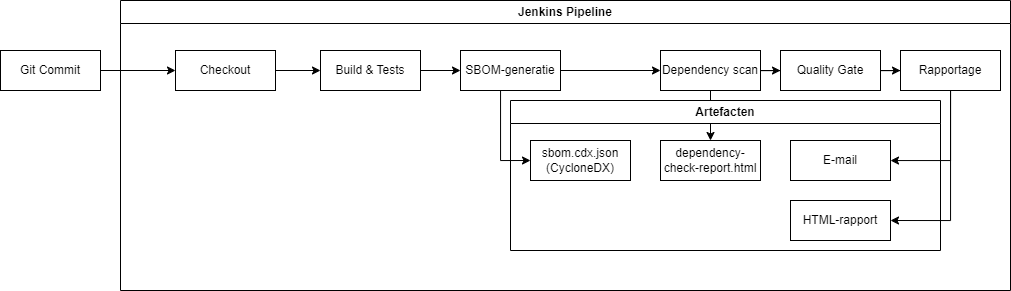
This is graphics/pipeline-structuur.png from EngelsIlan/latex-hogent-bachproef, a draw.io export, as it was before one commit. Source tidied: cells renumbered, new cells last; positions are measured from the earlier drawing's top-left corner, leaving out a move shared by most shapes.
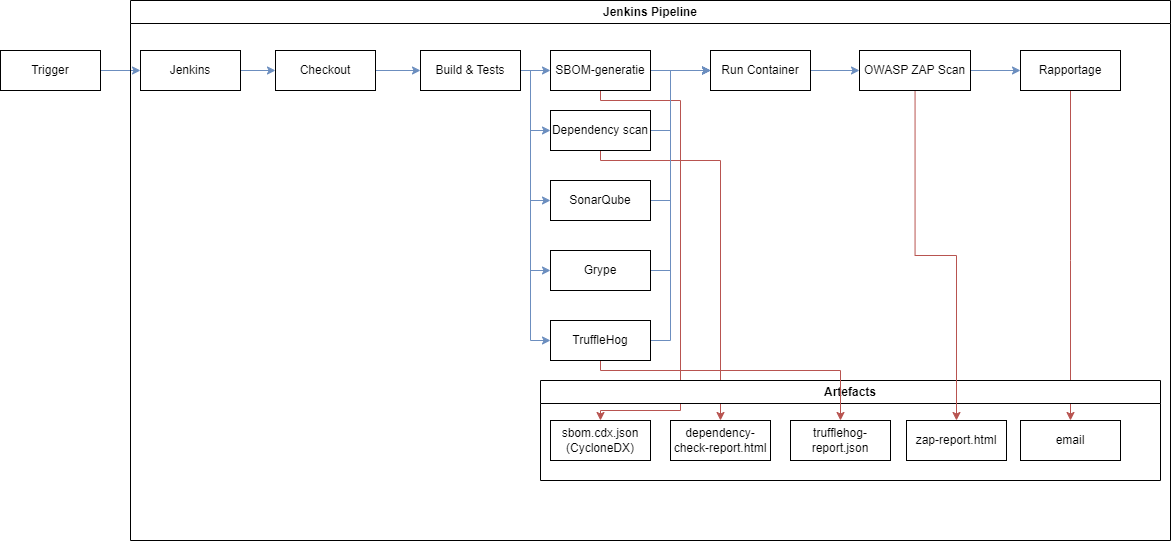
After the change.

The edit, as a diff of the source:
```diff
@@ -2,91 +2,184 @@
   <root>
     <mxCell id="0" />
     <mxCell id="1" parent="0" />
-    <mxCell id="2" style="edgeStyle=orthogonalEdgeStyle;rounded=0;jettySize=auto;html=1;entryX=0;entryY=0.5;entryDx=0;entryDy=0;" parent="1" edge="1" source="3" target="7">
-      <mxGeometry relative="1" as="geometry">
-        <Array as="points">
-          <mxPoint x="60" y="70" />
-          <mxPoint x="60" y="70" />
-        </Array>
-      </mxGeometry>
-    </mxCell>
+    <mxCell id="25" style="edgeStyle=orthogonalEdgeStyle;rounded=0;jettySize=auto;html=1;fillColor=#dae8fc;strokeColor=#6c8ebf;" parent="1" edge="1" source="3" target="27">
+      <mxGeometry relative="1" as="geometry" />
+    </mxCell>
-    <mxCell id="3" value="Git Commit" style="whiteSpace=wrap;html=1;align=center;" parent="1" vertex="1">
-      <mxGeometry y="50" width="100" height="40" as="geometry" />
+    <mxCell id="3" value="Trigger" style="whiteSpace=wrap;html=1;align=center;" parent="1" vertex="1">
+      <mxGeometry x="180" y="80" width="100" height="40" as="geometry" />
     </mxCell>
+    <mxCell id="26" style="edgeStyle=orthogonalEdgeStyle;rounded=0;jettySize=auto;html=1;fillColor=#dae8fc;strokeColor=#6c8ebf;" parent="1" edge="1" source="27" target="7">
+      <mxGeometry relative="1" as="geometry" />
+    </mxCell>
+    <mxCell id="27" value="Jenkins" style="whiteSpace=wrap;html=1;align=center;" parent="1" vertex="1">
+      <mxGeometry x="320" y="80" width="100" height="40" as="geometry" />
+    </mxCell>
+    <mxCell id="24" style="edgeStyle=orthogonalEdgeStyle;rounded=0;jettySize=auto;html=1;entryX=0.5;entryY=0;entryDx=0;entryDy=0;fillColor=#f8cecc;strokeColor=#b85450;" parent="1" edge="1" source="22" target="18">
+      <mxGeometry relative="1" as="geometry">
+        <Array as="points">
+          <mxPoint x="780" y="130" />
+          <mxPoint x="860" y="130" />
+          <mxPoint x="860" y="440" />
+          <mxPoint x="780" y="440" />
+        </Array>
+      </mxGeometry>
+    </mxCell>
+    <mxCell id="28" style="edgeStyle=orthogonalEdgeStyle;rounded=0;jettySize=auto;html=1;fillColor=#dae8fc;strokeColor=#6c8ebf;" parent="1" edge="1" source="22" target="43">
+      <mxGeometry relative="1" as="geometry" />
+    </mxCell>
+    <mxCell id="22" value="SBOM-generatie" style="whiteSpace=wrap;html=1;align=center;" parent="1" vertex="1">
+      <mxGeometry x="730" y="80" width="100" height="40" as="geometry" />
+    </mxCell>
-    <mxCell id="4" style="edgeStyle=orthogonalEdgeStyle;rounded=0;jettySize=auto;html=1;" parent="1" edge="1" source="5" target="22">
+    <mxCell id="4" style="edgeStyle=orthogonalEdgeStyle;rounded=0;jettySize=auto;html=1;fillColor=#dae8fc;strokeColor=#6c8ebf;" parent="1" edge="1" source="5" target="22">
       <mxGeometry relative="1" as="geometry" />
     </mxCell>
+    <mxCell id="29" style="edgeStyle=orthogonalEdgeStyle;rounded=0;jettySize=auto;html=1;fillColor=#dae8fc;strokeColor=#6c8ebf;" parent="1" edge="1" source="5" target="11">
+      <mxGeometry relative="1" as="geometry">
+        <Array as="points">
+          <mxPoint x="710" y="100" />
+          <mxPoint x="710" y="160" />
+        </Array>
+      </mxGeometry>
+    </mxCell>
+    <mxCell id="30" style="edgeStyle=orthogonalEdgeStyle;rounded=0;jettySize=auto;html=1;fillColor=#dae8fc;strokeColor=#6c8ebf;" parent="1" edge="1" source="5" target="13">
+      <mxGeometry relative="1" as="geometry">
+        <Array as="points">
+          <mxPoint x="710" y="100" />
+          <mxPoint x="710" y="230" />
+        </Array>
+      </mxGeometry>
+    </mxCell>
+    <mxCell id="31" style="edgeStyle=orthogonalEdgeStyle;rounded=0;jettySize=auto;html=1;fillColor=#dae8fc;strokeColor=#6c8ebf;" parent="1" edge="1" source="5" target="38">
+      <mxGeometry relative="1" as="geometry">
+        <Array as="points">
+          <mxPoint x="710" y="100" />
+          <mxPoint x="710" y="300" />
+        </Array>
+      </mxGeometry>
+    </mxCell>
+    <mxCell id="32" style="edgeStyle=orthogonalEdgeStyle;rounded=0;jettySize=auto;html=1;fillColor=#dae8fc;strokeColor=#6c8ebf;" parent="1" edge="1" source="5" target="41">
+      <mxGeometry relative="1" as="geometry">
+        <Array as="points">
+          <mxPoint x="710" y="100" />
+          <mxPoint x="710" y="370" />
+        </Array>
+      </mxGeometry>
+    </mxCell>
     <mxCell id="5" value="Build &amp;amp; Tests" style="whiteSpace=wrap;html=1;align=center;" parent="1" vertex="1">
-      <mxGeometry x="320" y="50" width="100" height="40" as="geometry" />
+      <mxGeometry x="600" y="80" width="100" height="40" as="geometry" />
     </mxCell>
-    <mxCell id="6" style="edgeStyle=orthogonalEdgeStyle;rounded=0;jettySize=auto;html=1;" parent="1" edge="1" source="7" target="5">
+    <mxCell id="6" style="edgeStyle=orthogonalEdgeStyle;rounded=0;jettySize=auto;html=1;fillColor=#dae8fc;strokeColor=#6c8ebf;" parent="1" edge="1" source="7" target="5">
       <mxGeometry relative="1" as="geometry" />
     </mxCell>
     <mxCell id="7" value="Checkout" style="whiteSpace=wrap;html=1;align=center;" parent="1" vertex="1">
-      <mxGeometry x="175" y="50" width="100" height="40" as="geometry" />
+      <mxGeometry x="455" y="80" width="100" height="40" as="geometry" />
     </mxCell>
     <mxCell id="8" value="Jenkins Pipeline" style="swimlane;whiteSpace=wrap;html=1;" parent="1" vertex="1">
-      <mxGeometry x="120" width="890" height="290" as="geometry" />
+      <mxGeometry x="310" y="30" width="1040" height="540" as="geometry" />
     </mxCell>
-    <mxCell id="9" style="edgeStyle=orthogonalEdgeStyle;rounded=0;jettySize=auto;html=1;" parent="8" edge="1" source="11" target="13">
-      <mxGeometry relative="1" as="geometry" />
-    </mxCell>
-    <mxCell id="10" style="edgeStyle=orthogonalEdgeStyle;rounded=0;jettySize=auto;html=1;" parent="8" edge="1" source="11" target="19">
-      <mxGeometry relative="1" as="geometry" />
+    <mxCell id="10" style="edgeStyle=orthogonalEdgeStyle;rounded=0;jettySize=auto;html=1;fillColor=#f8cecc;strokeColor=#b85450;" parent="8" edge="1" source="11" target="19">
+      <mxGeometry relative="1" as="geometry">
+        <Array as="points">
+          <mxPoint x="470" y="160" />
+          <mxPoint x="590" y="160" />
+        </Array>
+      </mxGeometry>
     </mxCell>
+    <mxCell id="33" style="edgeStyle=orthogonalEdgeStyle;rounded=0;jettySize=auto;html=1;fillColor=#dae8fc;strokeColor=#6c8ebf;" parent="8" edge="1" source="11" target="43">
+      <mxGeometry relative="1" as="geometry">
+        <Array as="points">
+          <mxPoint x="540" y="130" />
+          <mxPoint x="540" y="70" />
+        </Array>
+      </mxGeometry>
+    </mxCell>
     <mxCell id="11" value="Dependency scan" style="whiteSpace=wrap;html=1;align=center;" parent="8" vertex="1">
-      <mxGeometry x="540" y="50" width="100" height="40" as="geometry" />
+      <mxGeometry x="420" y="110" width="100" height="40" as="geometry" />
     </mxCell>
-    <mxCell id="12" style="edgeStyle=orthogonalEdgeStyle;rounded=0;jettySize=auto;html=1;" parent="8" edge="1" source="13" target="16">
-      <mxGeometry relative="1" as="geometry" />
-    </mxCell>
+    <mxCell id="34" style="edgeStyle=orthogonalEdgeStyle;rounded=0;jettySize=auto;html=1;fillColor=#dae8fc;strokeColor=#6c8ebf;" parent="8" edge="1" source="13" target="43">
+      <mxGeometry relative="1" as="geometry">
+        <Array as="points">
+          <mxPoint x="540" y="200" />
+          <mxPoint x="540" y="70" />
+        </Array>
+      </mxGeometry>
+    </mxCell>
-    <mxCell id="13" value="Quality Gate" style="whiteSpace=wrap;html=1;align=center;" parent="8" vertex="1">
-      <mxGeometry x="660" y="50" width="100" height="40" as="geometry" />
+    <mxCell id="13" value="SonarQube" style="whiteSpace=wrap;html=1;align=center;" parent="8" vertex="1">
+      <mxGeometry x="420" y="180" width="100" height="40" as="geometry" />
     </mxCell>
-    <mxCell id="14" style="edgeStyle=orthogonalEdgeStyle;rounded=0;jettySize=auto;html=1;" parent="8" edge="1" source="16" target="20">
+    <mxCell id="14" style="edgeStyle=orthogonalEdgeStyle;rounded=0;jettySize=auto;html=1;fillColor=#f8cecc;strokeColor=#b85450;" parent="8" edge="1" source="16" target="20">
       <mxGeometry relative="1" as="geometry">
         <Array as="points">
-          <mxPoint x="830" y="160" />
+          <mxPoint x="940" y="260" />
+          <mxPoint x="940" y="260" />
         </Array>
       </mxGeometry>
     </mxCell>
-    <mxCell id="15" style="edgeStyle=orthogonalEdgeStyle;rounded=0;jettySize=auto;html=1;entryX=1;entryY=0.5;entryDx=0;entryDy=0;" parent="8" edge="1" source="16" target="21">
-      <mxGeometry relative="1" as="geometry">
-        <Array as="points">
-          <mxPoint x="830" y="220" />
-        </Array>
-      </mxGeometry>
-    </mxCell>
     <mxCell id="16" value="Rapportage" style="whiteSpace=wrap;html=1;align=center;" parent="8" vertex="1">
-      <mxGeometry x="780" y="50" width="100" height="40" as="geometry" />
+      <mxGeometry x="890" y="50" width="100" height="40" as="geometry" />
     </mxCell>
-    <mxCell id="17" value="Artefacten" style="swimlane;whiteSpace=wrap;html=1;" parent="8" vertex="1">
-      <mxGeometry x="390" y="100" width="430" height="150" as="geometry" />
+    <mxCell id="17" value="Artefacts" style="swimlane;whiteSpace=wrap;html=1;" parent="8" vertex="1">
+      <mxGeometry x="410" y="380" width="620" height="100" as="geometry" />
     </mxCell>
     <mxCell id="18" value="sbom.cdx.json (CycloneDX)" style="whiteSpace=wrap;html=1;align=center;" parent="17" vertex="1">
-      <mxGeometry x="20" y="40" width="100" height="40" as="geometry" />
+      <mxGeometry x="10" y="40" width="100" height="40" as="geometry" />
     </mxCell>
     <mxCell id="19" value="dependency-check-report.html" style="whiteSpace=wrap;html=1;align=center;" parent="17" vertex="1">
-      <mxGeometry x="150" y="40" width="100" height="40" as="geometry" />
+      <mxGeometry x="130" y="40" width="100" height="40" as="geometry" />
     </mxCell>
-    <mxCell id="20" value="E-mail" style="whiteSpace=wrap;html=1;align=center;" parent="17" vertex="1">
-      <mxGeometry x="280" y="40" width="100" height="40" as="geometry" />
+    <mxCell id="20" value="email" style="whiteSpace=wrap;html=1;align=center;" parent="17" vertex="1">
+      <mxGeometry x="480" y="40" width="100" height="40" as="geometry" />
     </mxCell>
-    <mxCell id="21" value="HTML-rapport" style="whiteSpace=wrap;html=1;align=center;" parent="17" vertex="1">
-      <mxGeometry x="280" y="100" width="100" height="40" as="geometry" />
-    </mxCell>
-    <mxCell id="22" value="SBOM-generatie" style="whiteSpace=wrap;html=1;align=center;" parent="8" vertex="1">
-      <mxGeometry x="340" y="50" width="100" height="40" as="geometry" />
-    </mxCell>
-    <mxCell id="23" style="edgeStyle=orthogonalEdgeStyle;rounded=0;jettySize=auto;html=1;" parent="8" edge="1" source="22" target="11">
-      <mxGeometry relative="1" as="geometry" />
-    </mxCell>
-    <mxCell id="24" style="edgeStyle=orthogonalEdgeStyle;rounded=0;jettySize=auto;html=1;entryX=0;entryY=0.5;entryDx=0;entryDy=0;" parent="8" edge="1" source="22" target="18">
-      <mxGeometry relative="1" as="geometry">
-        <Array as="points">
-          <mxPoint x="380" y="160" />
-        </Array>
-      </mxGeometry>
-    </mxCell>
+    <mxCell id="35" value="trufflehog-report.json" style="whiteSpace=wrap;html=1;align=center;" parent="17" vertex="1">
+      <mxGeometry x="250" y="40" width="100" height="40" as="geometry" />
+    </mxCell>
+    <mxCell id="36" value="zap-report.html" style="whiteSpace=wrap;html=1;align=center;" parent="17" vertex="1">
+      <mxGeometry x="366" y="40" width="100" height="40" as="geometry" />
+    </mxCell>
+    <mxCell id="37" style="edgeStyle=orthogonalEdgeStyle;rounded=0;jettySize=auto;html=1;fillColor=#dae8fc;strokeColor=#6c8ebf;" parent="8" edge="1" source="38" target="43">
+      <mxGeometry relative="1" as="geometry">
+        <Array as="points">
+          <mxPoint x="540" y="270" />
+          <mxPoint x="540" y="70" />
+        </Array>
+      </mxGeometry>
+    </mxCell>
+    <mxCell id="38" value="Grype" style="whiteSpace=wrap;html=1;align=center;" parent="8" vertex="1">
+      <mxGeometry x="420" y="250" width="100" height="40" as="geometry" />
+    </mxCell>
+    <mxCell id="39" style="edgeStyle=orthogonalEdgeStyle;rounded=0;jettySize=auto;html=1;fillColor=#dae8fc;strokeColor=#6c8ebf;" parent="8" edge="1" source="41" target="43">
+      <mxGeometry relative="1" as="geometry">
+        <Array as="points">
+          <mxPoint x="540" y="340" />
+          <mxPoint x="540" y="70" />
+        </Array>
+      </mxGeometry>
+    </mxCell>
+    <mxCell id="40" style="edgeStyle=orthogonalEdgeStyle;rounded=0;jettySize=auto;html=1;fillColor=#f8cecc;strokeColor=#b85450;" parent="8" edge="1" source="41" target="35">
+      <mxGeometry relative="1" as="geometry">
+        <Array as="points">
+          <mxPoint x="470" y="370" />
+          <mxPoint x="710" y="370" />
+        </Array>
+      </mxGeometry>
+    </mxCell>
+    <mxCell id="41" value="TruffleHog" style="whiteSpace=wrap;html=1;align=center;" parent="8" vertex="1">
+      <mxGeometry x="420" y="320" width="100" height="40" as="geometry" />
+    </mxCell>
+    <mxCell id="42" style="edgeStyle=orthogonalEdgeStyle;rounded=0;jettySize=auto;html=1;entryX=0;entryY=0.5;entryDx=0;entryDy=0;fillColor=#dae8fc;strokeColor=#6c8ebf;" parent="8" edge="1" source="43" target="46">
+      <mxGeometry relative="1" as="geometry" />
+    </mxCell>
+    <mxCell id="43" value="Run Container" style="whiteSpace=wrap;html=1;align=center;" parent="8" vertex="1">
+      <mxGeometry x="580" y="50" width="100" height="40" as="geometry" />
+    </mxCell>
+    <mxCell id="44" style="edgeStyle=orthogonalEdgeStyle;rounded=0;jettySize=auto;html=1;fillColor=#dae8fc;strokeColor=#6c8ebf;" parent="8" edge="1" source="46" target="16">
+      <mxGeometry relative="1" as="geometry" />
+    </mxCell>
+    <mxCell id="45" style="edgeStyle=orthogonalEdgeStyle;rounded=0;jettySize=auto;html=1;fillColor=#f8cecc;strokeColor=#b85450;" parent="8" edge="1" source="46" target="36">
+      <mxGeometry relative="1" as="geometry" />
+    </mxCell>
+    <mxCell id="46" value="OWASP ZAP Scan" style="whiteSpace=wrap;html=1;align=center;" parent="8" vertex="1">
+      <mxGeometry x="729" y="50" width="111" height="40" as="geometry" />
+    </mxCell>
   </root>
 </mxGraphModel>
```
